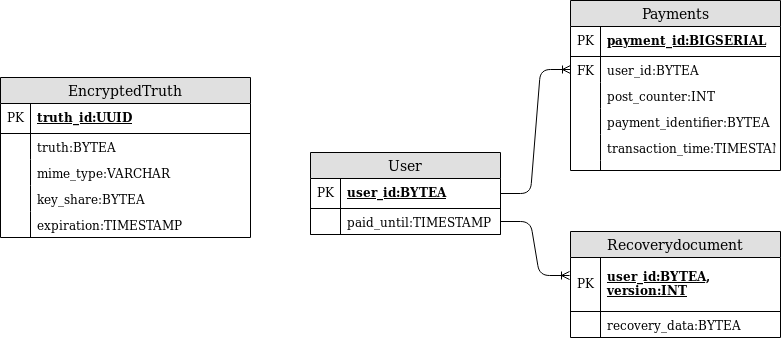
Earlier version of the draw.io export anastasis-db.png (prototypefund/Digital_Bargeld-docs). Source tidied: cells renumbered, new cells last; positions are measured from the earlier drawing's top-left corner, leaving out a move shared by most shapes.
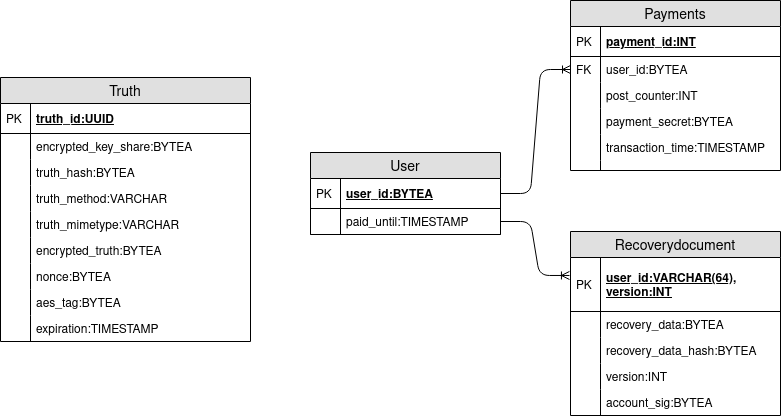
Later version of the same file.

Change to the diagram source:
```diff
@@ -17,8 +17,8 @@
     <mxCell id="6" style="shape=partialRectangle;top=0;left=0;bottom=0;fillColor=none;align=left;verticalAlign=top;spacingLeft=4;spacingRight=4;overflow=hidden;fontSize=12;" parent="5" vertex="1">
       <mxGeometry width="30" height="26" as="geometry" />
     </mxCell>
-    <mxCell id="7" value="EncryptedTruth" style="swimlane;fontStyle=0;horizontal=1;startSize=26;fillColor=#e0e0e0;swimlaneFillColor=#ffffff;align=center;fontSize=14;" parent="1" vertex="1">
-      <mxGeometry y="77" width="250" height="160" as="geometry" />
+    <mxCell id="7" value="Truth" style="swimlane;fontStyle=0;horizontal=1;startSize=26;fillColor=#e0e0e0;swimlaneFillColor=#ffffff;align=center;fontSize=14;" parent="1" vertex="1">
+      <mxGeometry y="77" width="250" height="264" as="geometry" />
     </mxCell>
     <mxCell id="8" value="truth_id:UUID" style="shape=partialRectangle;top=0;left=0;right=0;bottom=1;align=left;verticalAlign=middle;fillColor=none;spacingLeft=34;spacingRight=4;overflow=hidden;fontStyle=5;fontSize=12;" parent="7" vertex="1">
       <mxGeometry y="26" width="250" height="30" as="geometry" />
@@ -26,49 +26,91 @@
     <mxCell id="9" value="PK" style="shape=partialRectangle;top=0;left=0;bottom=0;fillColor=none;align=left;verticalAlign=middle;spacingLeft=4;spacingRight=4;overflow=hidden;fontSize=12;" parent="8" vertex="1">
       <mxGeometry width="30" height="30" as="geometry" />
     </mxCell>
+    <mxCell id="38" value="encrypted_key_share:BYTEA&#10;" style="shape=partialRectangle;top=0;left=0;right=0;bottom=0;align=left;verticalAlign=top;fillColor=none;spacingLeft=34;spacingRight=4;overflow=hidden;fontSize=12;" parent="7" vertex="1">
+      <mxGeometry y="56" width="250" height="26" as="geometry" />
+    </mxCell>
+    <mxCell id="39" style="shape=partialRectangle;top=0;left=0;bottom=0;fillColor=none;align=left;verticalAlign=top;spacingLeft=4;spacingRight=4;overflow=hidden;fontSize=12;" parent="38" vertex="1">
+      <mxGeometry width="30" height="26" as="geometry" />
+    </mxCell>
+    <mxCell id="12" value="truth_hash:BYTEA&#10;" style="shape=partialRectangle;top=0;left=0;right=0;bottom=0;align=left;verticalAlign=top;fillColor=none;spacingLeft=34;spacingRight=4;overflow=hidden;fontSize=12;" parent="7" vertex="1">
+      <mxGeometry y="82" width="250" height="26" as="geometry" />
+    </mxCell>
+    <mxCell id="13" style="shape=partialRectangle;top=0;left=0;bottom=0;fillColor=none;align=left;verticalAlign=top;spacingLeft=4;spacingRight=4;overflow=hidden;fontSize=12;" parent="12" vertex="1">
+      <mxGeometry width="30" height="26" as="geometry" />
+    </mxCell>
-    <mxCell id="10" value="truth:BYTEA" style="shape=partialRectangle;top=0;left=0;right=0;bottom=0;align=left;verticalAlign=top;fillColor=none;spacingLeft=34;spacingRight=4;overflow=hidden;fontSize=12;" parent="7" vertex="1">
-      <mxGeometry y="56" width="250" height="26" as="geometry" />
+    <mxCell id="10" value="truth_method:VARCHAR" style="shape=partialRectangle;top=0;left=0;right=0;bottom=0;align=left;verticalAlign=top;fillColor=none;spacingLeft=34;spacingRight=4;overflow=hidden;fontSize=12;" parent="7" vertex="1">
+      <mxGeometry y="108" width="250" height="26" as="geometry" />
     </mxCell>
     <mxCell id="11" style="shape=partialRectangle;top=0;left=0;bottom=0;fillColor=none;align=left;verticalAlign=top;spacingLeft=4;spacingRight=4;overflow=hidden;fontSize=12;" parent="10" vertex="1">
       <mxGeometry width="30" height="26" as="geometry" />
     </mxCell>
-    <mxCell id="12" value="mime_type:VARCHAR" style="shape=partialRectangle;top=0;left=0;right=0;bottom=0;align=left;verticalAlign=top;fillColor=none;spacingLeft=34;spacingRight=4;overflow=hidden;fontSize=12;" parent="7" vertex="1">
-      <mxGeometry y="82" width="250" height="26" as="geometry" />
-    </mxCell>
-    <mxCell id="13" style="shape=partialRectangle;top=0;left=0;bottom=0;fillColor=none;align=left;verticalAlign=top;spacingLeft=4;spacingRight=4;overflow=hidden;fontSize=12;" parent="12" vertex="1">
-      <mxGeometry width="30" height="26" as="geometry" />
-    </mxCell>
-    <mxCell id="14" value="key_share:BYTEA" style="shape=partialRectangle;top=0;left=0;right=0;bottom=0;align=left;verticalAlign=top;fillColor=none;spacingLeft=34;spacingRight=4;overflow=hidden;fontSize=12;" parent="7" vertex="1">
-      <mxGeometry y="108" width="250" height="26" as="geometry" />
-    </mxCell>
-    <mxCell id="15" style="shape=partialRectangle;top=0;left=0;bottom=0;fillColor=none;align=left;verticalAlign=top;spacingLeft=4;spacingRight=4;overflow=hidden;fontSize=12;" parent="14" vertex="1">
-      <mxGeometry width="30" height="26" as="geometry" />
-    </mxCell>
+    <mxCell id="40" value="truth_mimetype:VARCHAR" style="shape=partialRectangle;top=0;left=0;right=0;bottom=0;align=left;verticalAlign=top;fillColor=none;spacingLeft=34;spacingRight=4;overflow=hidden;fontSize=12;" parent="7" vertex="1">
+      <mxGeometry y="134" width="250" height="26" as="geometry" />
+    </mxCell>
+    <mxCell id="41" style="shape=partialRectangle;top=0;left=0;bottom=0;fillColor=none;align=left;verticalAlign=top;spacingLeft=4;spacingRight=4;overflow=hidden;fontSize=12;" parent="40" vertex="1">
+      <mxGeometry width="30" height="26" as="geometry" />
+    </mxCell>
+    <mxCell id="42" value="encrypted_truth:BYTEA" style="shape=partialRectangle;top=0;left=0;right=0;bottom=0;align=left;verticalAlign=top;fillColor=none;spacingLeft=34;spacingRight=4;overflow=hidden;fontSize=12;" parent="7" vertex="1">
+      <mxGeometry y="160" width="250" height="26" as="geometry" />
+    </mxCell>
+    <mxCell id="43" style="shape=partialRectangle;top=0;left=0;bottom=0;fillColor=none;align=left;verticalAlign=top;spacingLeft=4;spacingRight=4;overflow=hidden;fontSize=12;" parent="42" vertex="1">
+      <mxGeometry width="30" height="26" as="geometry" />
+    </mxCell>
+    <mxCell id="44" value="nonce:BYTEA" style="shape=partialRectangle;top=0;left=0;right=0;bottom=0;align=left;verticalAlign=top;fillColor=none;spacingLeft=34;spacingRight=4;overflow=hidden;fontSize=12;" parent="7" vertex="1">
+      <mxGeometry y="186" width="250" height="26" as="geometry" />
+    </mxCell>
+    <mxCell id="45" style="shape=partialRectangle;top=0;left=0;bottom=0;fillColor=none;align=left;verticalAlign=top;spacingLeft=4;spacingRight=4;overflow=hidden;fontSize=12;" parent="44" vertex="1">
+      <mxGeometry width="30" height="26" as="geometry" />
+    </mxCell>
+    <mxCell id="46" value="aes_tag:BYTEA" style="shape=partialRectangle;top=0;left=0;right=0;bottom=0;align=left;verticalAlign=top;fillColor=none;spacingLeft=34;spacingRight=4;overflow=hidden;fontSize=12;" parent="7" vertex="1">
+      <mxGeometry y="212" width="250" height="26" as="geometry" />
+    </mxCell>
+    <mxCell id="47" style="shape=partialRectangle;top=0;left=0;bottom=0;fillColor=none;align=left;verticalAlign=top;spacingLeft=4;spacingRight=4;overflow=hidden;fontSize=12;" parent="46" vertex="1">
+      <mxGeometry width="30" height="26" as="geometry" />
+    </mxCell>
     <mxCell id="16" value="expiration:TIMESTAMP" style="shape=partialRectangle;top=0;left=0;right=0;bottom=0;align=left;verticalAlign=top;fillColor=none;spacingLeft=34;spacingRight=4;overflow=hidden;fontSize=12;" parent="7" vertex="1">
-      <mxGeometry y="134" width="250" height="26" as="geometry" />
+      <mxGeometry y="238" width="250" height="26" as="geometry" />
     </mxCell>
     <mxCell id="17" style="shape=partialRectangle;top=0;left=0;bottom=0;fillColor=none;align=left;verticalAlign=top;spacingLeft=4;spacingRight=4;overflow=hidden;fontSize=12;" parent="16" vertex="1">
       <mxGeometry width="30" height="26" as="geometry" />
     </mxCell>
     <mxCell id="18" value="Recoverydocument" style="swimlane;fontStyle=0;horizontal=1;startSize=26;fillColor=#e0e0e0;swimlaneFillColor=#ffffff;align=center;fontSize=14;" parent="1" vertex="1">
-      <mxGeometry x="570" y="231" width="210" height="106" as="geometry" />
+      <mxGeometry x="570" y="231" width="210" height="184" as="geometry" />
     </mxCell>
-    <mxCell id="19" value="user_id:BYTEA,&#10;version:INT" style="shape=partialRectangle;top=0;left=0;right=0;bottom=1;align=left;verticalAlign=middle;fillColor=none;spacingLeft=34;spacingRight=4;overflow=hidden;points=[[0,0.5],[1,0.5]];portConstraint=eastwest;fontStyle=5;fontSize=12;" parent="18" vertex="1">
+    <mxCell id="19" value="user_id:VARCHAR(64),&#10;version:INT" style="shape=partialRectangle;top=0;left=0;right=0;bottom=1;align=left;verticalAlign=middle;fillColor=none;spacingLeft=34;spacingRight=4;overflow=hidden;points=[[0,0.5],[1,0.5]];portConstraint=eastwest;fontStyle=5;fontSize=12;" parent="18" vertex="1">
       <mxGeometry y="26" width="210" height="54" as="geometry" />
     </mxCell>
     <mxCell id="20" value="PK" style="shape=partialRectangle;top=0;left=0;bottom=0;fillColor=none;align=left;verticalAlign=middle;spacingLeft=4;spacingRight=4;overflow=hidden;fontSize=12;" parent="19" vertex="1">
       <mxGeometry width="30" height="54" as="geometry" />
     </mxCell>
-    <mxCell id="21" value="recovery_data:BYTEA" style="shape=partialRectangle;top=0;left=0;right=0;bottom=0;align=left;verticalAlign=top;fillColor=none;spacingLeft=34;spacingRight=4;overflow=hidden;fontSize=12;" parent="18" vertex="1">
+    <mxCell id="21" value="recovery_data:BYTEA&#10;&#10;" style="shape=partialRectangle;top=0;left=0;right=0;bottom=0;align=left;verticalAlign=top;fillColor=none;spacingLeft=34;spacingRight=4;overflow=hidden;fontSize=12;" parent="18" vertex="1">
       <mxGeometry y="80" width="210" height="26" as="geometry" />
     </mxCell>
     <mxCell id="22" style="shape=partialRectangle;top=0;left=0;bottom=0;fillColor=none;align=left;verticalAlign=top;spacingLeft=4;spacingRight=4;overflow=hidden;fontSize=12;" parent="21" vertex="1">
       <mxGeometry width="30" height="26" as="geometry" />
     </mxCell>
+    <mxCell id="14" value="recovery_data_hash:BYTEA&#10;&#10;" style="shape=partialRectangle;top=0;left=0;right=0;bottom=0;align=left;verticalAlign=top;fillColor=none;spacingLeft=34;spacingRight=4;overflow=hidden;fontSize=12;" parent="18" vertex="1">
+      <mxGeometry y="106" width="210" height="26" as="geometry" />
+    </mxCell>
+    <mxCell id="15" style="shape=partialRectangle;top=0;left=0;bottom=0;fillColor=none;align=left;verticalAlign=top;spacingLeft=4;spacingRight=4;overflow=hidden;fontSize=12;" parent="14" vertex="1">
+      <mxGeometry width="30" height="26" as="geometry" />
+    </mxCell>
+    <mxCell id="48" value="version:INT&#10;&#10;" style="shape=partialRectangle;top=0;left=0;right=0;bottom=0;align=left;verticalAlign=top;fillColor=none;spacingLeft=34;spacingRight=4;overflow=hidden;fontSize=12;" parent="18" vertex="1">
+      <mxGeometry y="132" width="210" height="26" as="geometry" />
+    </mxCell>
+    <mxCell id="49" style="shape=partialRectangle;top=0;left=0;bottom=0;fillColor=none;align=left;verticalAlign=top;spacingLeft=4;spacingRight=4;overflow=hidden;fontSize=12;" parent="48" vertex="1">
+      <mxGeometry width="30" height="26" as="geometry" />
+    </mxCell>
+    <mxCell id="50" value="account_sig:BYTEA&#10;&#10;" style="shape=partialRectangle;top=0;left=0;right=0;bottom=0;align=left;verticalAlign=top;fillColor=none;spacingLeft=34;spacingRight=4;overflow=hidden;fontSize=12;" parent="18" vertex="1">
+      <mxGeometry y="158" width="210" height="26" as="geometry" />
+    </mxCell>
+    <mxCell id="51" style="shape=partialRectangle;top=0;left=0;bottom=0;fillColor=none;align=left;verticalAlign=top;spacingLeft=4;spacingRight=4;overflow=hidden;fontSize=12;" parent="50" vertex="1">
+      <mxGeometry width="30" height="26" as="geometry" />
+    </mxCell>
     <mxCell id="23" value="Payments" style="swimlane;fontStyle=0;horizontal=1;startSize=26;fillColor=#e0e0e0;swimlaneFillColor=#ffffff;align=center;fontSize=14;" parent="1" vertex="1">
       <mxGeometry x="570" width="210" height="170" as="geometry" />
     </mxCell>
-    <mxCell id="24" value="payment_id:BIGSERIAL" style="shape=partialRectangle;top=0;left=0;right=0;bottom=1;align=left;verticalAlign=middle;fillColor=none;spacingLeft=34;spacingRight=4;overflow=hidden;fontStyle=5;fontSize=12;" parent="23" vertex="1">
+    <mxCell id="24" value="payment_id:INT" style="shape=partialRectangle;top=0;left=0;right=0;bottom=1;align=left;verticalAlign=middle;fillColor=none;spacingLeft=34;spacingRight=4;overflow=hidden;fontStyle=5;fontSize=12;" parent="23" vertex="1">
       <mxGeometry y="26" width="210" height="30" as="geometry" />
     </mxCell>
     <mxCell id="25" value="PK" style="shape=partialRectangle;top=0;left=0;bottom=0;fillColor=none;align=left;verticalAlign=middle;spacingLeft=4;spacingRight=4;overflow=hidden;fontSize=12;" parent="24" vertex="1">
@@ -86,7 +128,7 @@
     <mxCell id="29" style="shape=partialRectangle;top=0;left=0;bottom=0;fillColor=none;align=left;verticalAlign=top;spacingLeft=4;spacingRight=4;overflow=hidden;fontSize=12;" parent="28" vertex="1">
       <mxGeometry width="30" height="26" as="geometry" />
     </mxCell>
-    <mxCell id="30" value="payment_identifier:BYTEA" style="shape=partialRectangle;top=0;left=0;right=0;bottom=0;align=left;verticalAlign=top;fillColor=none;spacingLeft=34;spacingRight=4;overflow=hidden;fontSize=12;" parent="23" vertex="1">
+    <mxCell id="30" value="payment_secret:BYTEA" style="shape=partialRectangle;top=0;left=0;right=0;bottom=0;align=left;verticalAlign=top;fillColor=none;spacingLeft=34;spacingRight=4;overflow=hidden;fontSize=12;" parent="23" vertex="1">
       <mxGeometry y="108" width="210" height="26" as="geometry" />
     </mxCell>
     <mxCell id="31" style="shape=partialRectangle;top=0;left=0;bottom=0;fillColor=none;align=left;verticalAlign=top;spacingLeft=4;spacingRight=4;overflow=hidden;fontSize=12;" parent="30" vertex="1">
```
